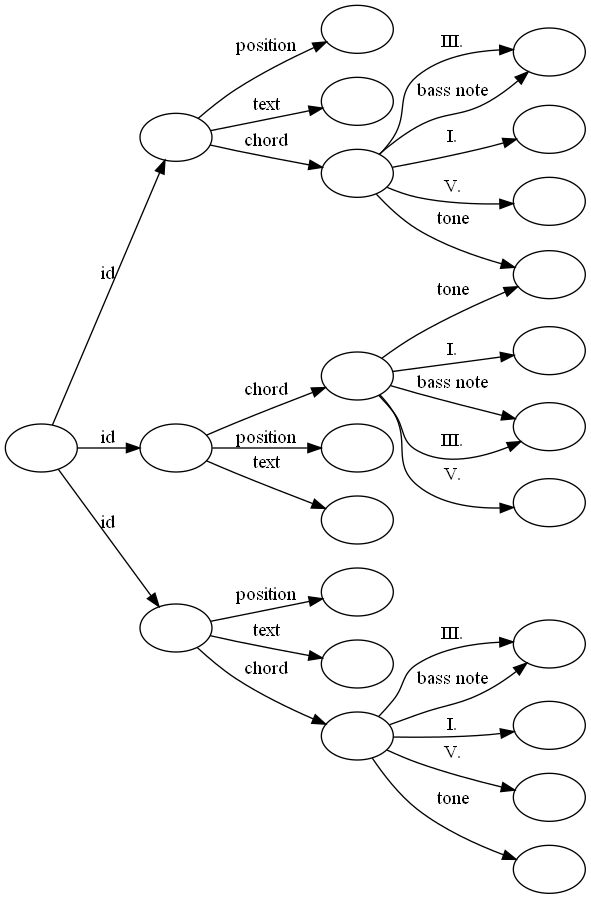
Before: szakdolgozat/images/img_src/representation_of_sheet.png, a diagram exported from Graphviz (Ancsak01/szakdolgozat). Its source is kept beside it as szakdolgozat/images/img_src/representation_of_sheet.dot. Its diagram source:
```dot
digraph g {
    rankdir=LR
    Sheet [label=""]

    subgraph segment_0 {

        segment_0_ID [label=""]
        segment_0_Position [label=""]
        segment_0_Text [label=""]
        segment_0_Bass_note [label=""]
        segment_0_Chord [label=""]
        segment_0_Tone [label=""]
        segment_0_Deg1 [label=""]
        segment_0_Deg5 [label=""]
        segment_0_ID -> segment_0_Position [label="position"]
        segment_0_ID -> segment_0_Text [label="text"]
        segment_0_ID -> segment_0_Chord [label="chord"]
        segment_0_Chord -> segment_0_Tone [label="tone"]
        segment_0_Chord -> segment_0_Deg1 [label="I."]
        segment_0_Chord -> segment_0_Bass_note [label="III."]
        segment_0_Chord -> segment_0_Deg5 [label="V."]
        segment_0_Chord -> segment_0_Bass_note [label="bass note"]
    }

    subgraph segment_1 {

        segment_1_ID [label=""]
        segment_1_Position [label=""]
        segment_1_Text [label=""]
        segment_1_Bass_note [label=""]
        segment_1_Chord [label=""]
        segment_1_Deg1 [label=""]
        segment_1_Deg5 [label=""]
        segment_1_ID -> segment_1_Position [label="position"]
        segment_1_ID -> segment_1_Text [label="text"]
        segment_1_ID -> segment_1_Chord [label="chord"]
        segment_1_Chord -> segment_0_Tone [label="tone"]
        segment_1_Chord -> segment_1_Deg1 [label="I."]
        segment_1_Chord -> segment_1_Bass_note [label="III."]
        segment_1_Chord -> segment_1_Deg5 [label="V."]
        segment_1_Chord -> segment_1_Bass_note [label="bass note"]
    }

    subgraph segment_2 {

        segment_2_ID [label=""]
        segment_2_Position [label=""]
        segment_2_Text [label=""]
        segment_2_Bass_note [label=""]
        segment_2_Chord [label=""]
        segment_2_Deg1 [label=""]
        segment_2_Deg5 [label=""]
        segment_2_Tone [label=""]
        segment_2_ID -> segment_2_Position [label="position"]
        segment_2_ID -> segment_2_Text [label="text"]
        segment_2_ID -> segment_2_Chord [label="chord"]
        segment_2_Chord -> segment_2_Tone [label="tone"]
        segment_2_Chord -> segment_2_Deg1 [label="I."]
        segment_2_Chord -> segment_2_Bass_note [label="III."]
        segment_2_Chord -> segment_2_Deg5 [label="V."]
        segment_2_Chord -> segment_2_Bass_note [label="bass note"]
    }

    Sheet -> segment_0_ID [label="id"]
    Sheet -> segment_1_ID [label="id"]
    Sheet -> segment_2_ID [label="id"]
}
```
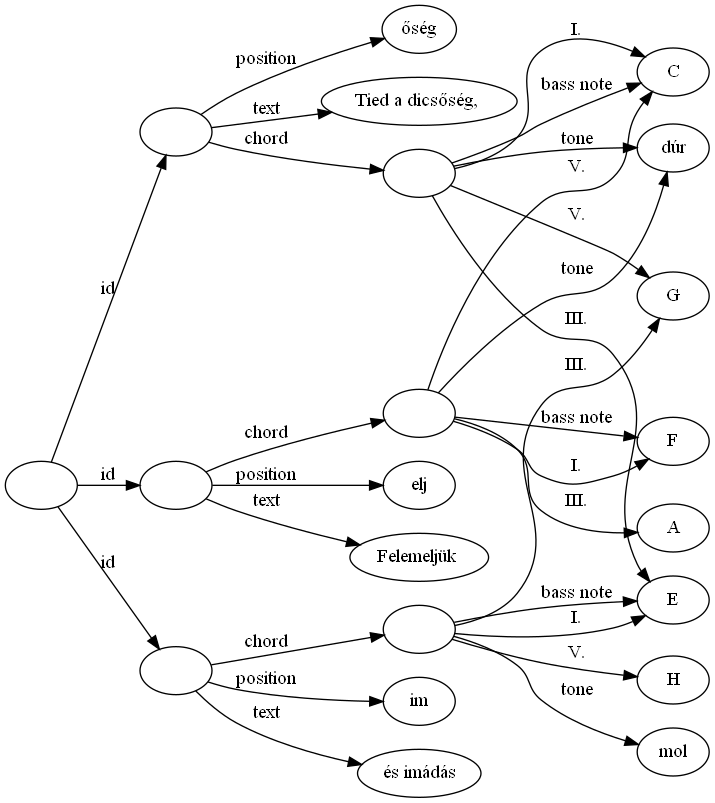
Above is the later version.

What changed in the source:
```diff
@@ -5,60 +5,57 @@
     subgraph segment_0 {
 
         segment_0_ID [label=""]
-        segment_0_Position [label=""]
-        segment_0_Text [label=""]
-        segment_0_Bass_note [label=""]
+        segment_0_Position [label="őség"]
+        segment_0_Text [label="Tied a dicsőség, "]
         segment_0_Chord [label=""]
-        segment_0_Tone [label=""]
-        segment_0_Deg1 [label=""]
-        segment_0_Deg5 [label=""]
+        segment_0_Tone [label="dúr"]
+        segment_0_Deg1 [label="C"]
+        segment_0_Deg3 [label="E"]
+        segment_0_Deg5 [label="G"]
         segment_0_ID -> segment_0_Position [label="position"]
         segment_0_ID -> segment_0_Text [label="text"]
         segment_0_ID -> segment_0_Chord [label="chord"]
         segment_0_Chord -> segment_0_Tone [label="tone"]
         segment_0_Chord -> segment_0_Deg1 [label="I."]
-        segment_0_Chord -> segment_0_Bass_note [label="III."]
+        segment_0_Chord -> segment_0_Deg3 [label="III."]
         segment_0_Chord -> segment_0_Deg5 [label="V."]
-        segment_0_Chord -> segment_0_Bass_note [label="bass note"]
+        segment_0_Chord -> segment_0_Deg1 [label="bass note"]
     }
 
     subgraph segment_1 {
 
         segment_1_ID [label=""]
-        segment_1_Position [label=""]
-        segment_1_Text [label=""]
-        segment_1_Bass_note [label=""]
+        segment_1_Position [label="im"]
+        segment_1_Text [label="és imádás"]
         segment_1_Chord [label=""]
-        segment_1_Deg1 [label=""]
-        segment_1_Deg5 [label=""]
+        segment_1_Tone [label="mol"]
+        segment_1_Deg5 [label="H"]
         segment_1_ID -> segment_1_Position [label="position"]
         segment_1_ID -> segment_1_Text [label="text"]
         segment_1_ID -> segment_1_Chord [label="chord"]
-        segment_1_Chord -> segment_0_Tone [label="tone"]
-        segment_1_Chord -> segment_1_Deg1 [label="I."]
-        segment_1_Chord -> segment_1_Bass_note [label="III."]
+        segment_1_Chord -> segment_1_Tone [label="tone"]
+        segment_1_Chord -> segment_0_Deg3 [label="I."]
+        segment_1_Chord -> segment_0_Deg5 [label="III."]
         segment_1_Chord -> segment_1_Deg5 [label="V."]
-        segment_1_Chord -> segment_1_Bass_note [label="bass note"]
+        segment_1_Chord -> segment_0_Deg3 [label="bass note"]
     }
 
     subgraph segment_2 {
 
         segment_2_ID [label=""]
-        segment_2_Position [label=""]
-        segment_2_Text [label=""]
-        segment_2_Bass_note [label=""]
+        segment_2_Position [label="elj"]
+        segment_2_Text [label="Felemeljük "]
         segment_2_Chord [label=""]
-        segment_2_Deg1 [label=""]
-        segment_2_Deg5 [label=""]
-        segment_2_Tone [label=""]
+        segment_2_Deg1 [label="F"]
+        segment_2_Deg3 [label="A"]
         segment_2_ID -> segment_2_Position [label="position"]
         segment_2_ID -> segment_2_Text [label="text"]
         segment_2_ID -> segment_2_Chord [label="chord"]
-        segment_2_Chord -> segment_2_Tone [label="tone"]
+        segment_2_Chord -> segment_0_Tone [label="tone"]
         segment_2_Chord -> segment_2_Deg1 [label="I."]
-        segment_2_Chord -> segment_2_Bass_note [label="III."]
-        segment_2_Chord -> segment_2_Deg5 [label="V."]
-        segment_2_Chord -> segment_2_Bass_note [label="bass note"]
+        segment_2_Chord -> segment_2_Deg3 [label="III."]
+        segment_2_Chord -> segment_0_Deg1 [label="V."]
+        segment_2_Chord -> segment_2_Deg1 [label="bass note"]
     }
 
     Sheet -> segment_0_ID [label="id"]
```
